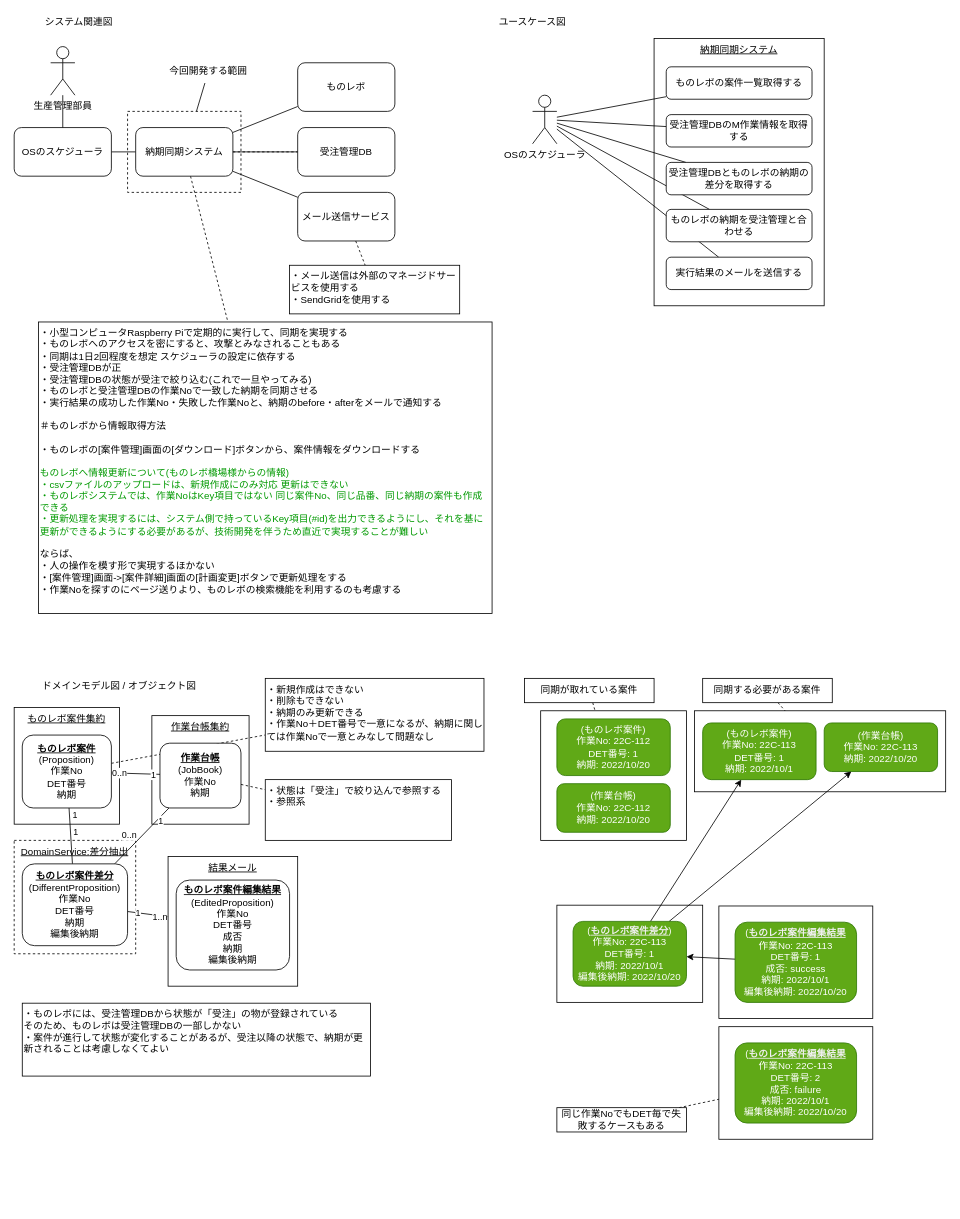
Above: Diagrams/sudoDiagram.drawio in Matazoro-Kemtari/SynchronizeMonorevoDeliveryDates (draw.io), before the change. Source tidied: cells renumbered, new cells numbered last; positions are measured from the earlier drawing's top-left corner, leaving out a move shared by most shapes. Both pictures are drawn from the tidied source at 81%, with x=0, y=0 at pixel (14, 14).
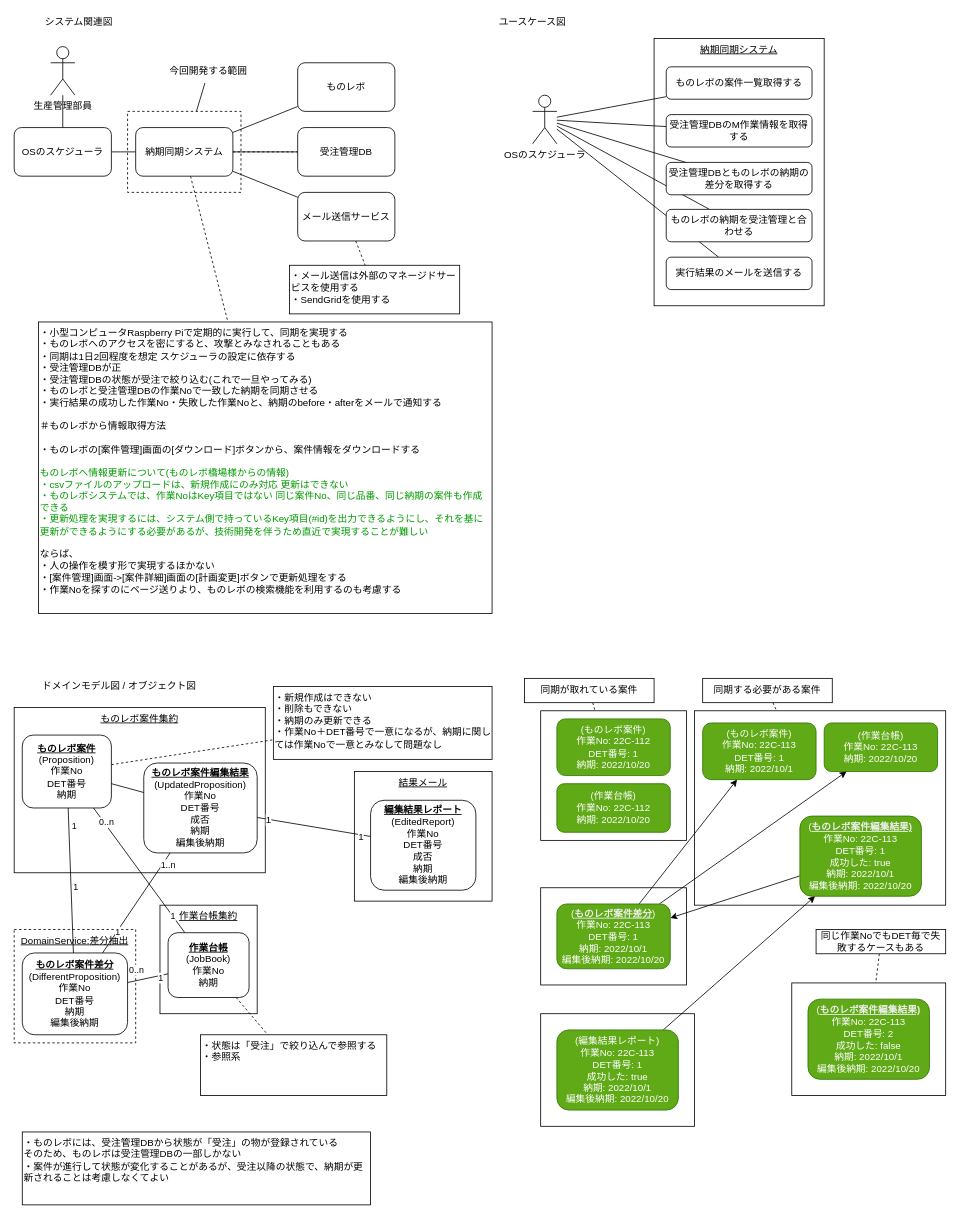
The same diagram, later.

Unchanged cells that the change refers to:
```xml
<mxCell id="46" value="&lt;u&gt;&lt;b&gt;ものレボ案件&lt;br&gt;&lt;/b&gt;&lt;/u&gt;(Proposition)&lt;br&gt;作業No&lt;br&gt;DET番号&lt;br&gt;納期" style="rounded=1;whiteSpace=wrap;html=1;verticalAlign=middle;align=center;" parent="1" vertex="1">
  <mxGeometry x="10" y="890" width="110" height="90" as="geometry" />
</mxCell>
<mxCell id="61" style="edgeStyle=none;html=1;endArrow=none;endFill=0;" parent="1" edge="1" source="67" target="69">
  <mxGeometry relative="1" as="geometry" />
</mxCell>
```

Change to the diagram source:
```diff
@@
+    <mxCell id="81" style="rounded=0;whiteSpace=wrap;html=1;fontColor=#009900;" parent="1" vertex="1">
+      <mxGeometry x="650" y="1234" width="190" height="139" as="geometry" />
+    </mxCell>
     <mxCell id="2" value="&lt;u&gt;DomainService:&lt;/u&gt;&lt;u&gt;差分抽出&lt;br&gt;&lt;/u&gt;" style="rounded=0;whiteSpace=wrap;html=1;verticalAlign=top;dashed=1;" parent="1" vertex="1">
-      <mxGeometry y="1020" width="150" height="140" as="geometry" />
+      <mxGeometry y="1130" width="150" height="140" as="geometry" />
     </mxCell>
     <mxCell id="3" value="&lt;u&gt;作業台帳集約&lt;/u&gt;" style="rounded=0;whiteSpace=wrap;html=1;verticalAlign=top;" parent="1" vertex="1">
-      <mxGeometry x="170" y="866" width="120" height="134" as="geometry" />
+      <mxGeometry x="180" y="1100" width="120" height="134" as="geometry" />
     </mxCell>
     <mxCell id="4" value="&lt;u&gt;ものレボ案件集約&lt;/u&gt;" style="rounded=0;whiteSpace=wrap;html=1;verticalAlign=top;" parent="1" vertex="1">
-      <mxGeometry y="856" width="130" height="144" as="geometry" />
+      <mxGeometry y="856" width="310" height="204" as="geometry" />
     </mxCell>
@@
-    <mxCell id="40" style="edgeStyle=none;html=1;dashed=1;fontColor=default;endArrow=none;endFill=0;" parent="1" edge="1" source="46" target="57">
+    <mxCell id="40" style="edgeStyle=none;html=1;dashed=1;fontColor=default;endArrow=none;endFill=0;startArrow=none;" parent="1" edge="1" source="46" target="57">
       <mxGeometry relative="1" as="geometry" />
     </mxCell>
@@
     <mxCell id="48" value="&lt;u&gt;&lt;b&gt;作業台帳&lt;br&gt;&lt;/b&gt;&lt;/u&gt;(JobBook)&lt;br&gt;作業No&lt;br&gt;納期" style="rounded=1;whiteSpace=wrap;html=1;verticalAlign=middle;align=center;" parent="1" vertex="1">
-      <mxGeometry x="180" y="900" width="100" height="80" as="geometry" />
+      <mxGeometry x="190" y="1134" width="100" height="80" as="geometry" />
     </mxCell>
@@
     <mxCell id="51" style="rounded=0;whiteSpace=wrap;html=1;fontColor=#009900;" parent="1" vertex="1">
-      <mxGeometry x="840" y="860" width="310" height="100" as="geometry" />
+      <mxGeometry x="840" y="860" width="310" height="240" as="geometry" />
     </mxCell>
@@
     <mxCell id="56" value="・状態は「受注」で絞り込んで参照する&lt;br&gt;・参照系" style="rounded=0;whiteSpace=wrap;html=1;align=left;verticalAlign=top;" parent="1" vertex="1">
-      <mxGeometry x="310" y="945" width="230" height="75" as="geometry" />
+      <mxGeometry x="230" y="1260" width="230" height="75" as="geometry" />
     </mxCell>
     <mxCell id="57" value="・新規作成はできない&lt;br&gt;・削除もできない&lt;br&gt;・納期のみ更新できる&lt;br&gt;・作業No＋DET番号で一意になるが、納期に関しては作業Noで一意とみなして問題なし" style="rounded=0;whiteSpace=wrap;html=1;align=left;verticalAlign=top;" parent="1" vertex="1">
-      <mxGeometry x="310" y="820" width="270" height="90" as="geometry" />
+      <mxGeometry x="320" y="830" width="270" height="90" as="geometry" />
     </mxCell>
     <mxCell id="58" value="・ものレボには、受注管理DBから状態が「受注」の物が登録されている&lt;br&gt;そのため、ものレボは受注管理DBの一部しかない&lt;br&gt;・案件が進行して状態が変化することがあるが、受注以降の状態で、納期が更新されることは考慮しなくてよい" style="rounded=0;whiteSpace=wrap;html=1;align=left;verticalAlign=top;" parent="1" vertex="1">
-      <mxGeometry x="10" y="1221" width="430" height="90" as="geometry" />
+      <mxGeometry x="10" y="1380" width="430" height="90" as="geometry" />
     </mxCell>
@@
     <mxCell id="63" value="1..n" style="edgeLabel;html=1;align=center;verticalAlign=middle;" parent="61" vertex="1">
       <mxGeometry x="0.5" y="-1" relative="1" as="geometry">
-        <mxPoint x="-5" as="offset" />
+        <mxPoint x="17" y="-17" as="offset" />
       </mxGeometry>
     </mxCell>
@@
     <mxCell id="67" value="&lt;u&gt;&lt;b&gt;ものレボ案件差分&lt;br&gt;&lt;/b&gt;&lt;/u&gt;(DifferentProposition&lt;span&gt;)&lt;/span&gt;&lt;br&gt;作業No&lt;br&gt;DET番号&lt;br&gt;納期&lt;br&gt;編集後納期" style="rounded=1;whiteSpace=wrap;html=1;verticalAlign=middle;align=center;" parent="1" vertex="1">
-      <mxGeometry x="10" y="1049" width="130" height="101" as="geometry" />
+      <mxGeometry x="10" y="1159" width="130" height="101" as="geometry" />
     </mxCell>
     <mxCell id="68" value="&lt;u&gt;結果メール&lt;br&gt;&lt;/u&gt;" style="rounded=0;whiteSpace=wrap;html=1;verticalAlign=top;" parent="1" vertex="1">
-      <mxGeometry x="190" y="1040" width="160" height="160" as="geometry" />
+      <mxGeometry x="420" y="935" width="170" height="160" as="geometry" />
     </mxCell>
-    <mxCell id="69" value="&lt;u&gt;&lt;b&gt;ものレボ案件編集結果&lt;br&gt;&lt;/b&gt;&lt;/u&gt;(EditedProposition&lt;span&gt;)&lt;/span&gt;&lt;br&gt;作業No&lt;br&gt;DET番号&lt;br&gt;成否&lt;br&gt;納期&lt;br&gt;編集後納期" style="rounded=1;whiteSpace=wrap;html=1;verticalAlign=middle;align=center;" parent="1" vertex="1">
-      <mxGeometry x="200" y="1069" width="140" height="111" as="geometry" />
-    </mxCell>
     <mxCell id="70" style="rounded=0;whiteSpace=wrap;html=1;fontColor=#009900;" parent="1" vertex="1">
-      <mxGeometry x="670" y="1100" width="180" height="120" as="geometry" />
+      <mxGeometry x="650" y="1078.5" width="180" height="120" as="geometry" />
     </mxCell>
@@
     <mxCell id="73" value="(&lt;u style=&quot;color: rgb(240 , 240 , 240)&quot;&gt;&lt;b&gt;ものレボ案件差分&lt;/b&gt;&lt;/u&gt;)&lt;br&gt;作業No: 22C-113&lt;br&gt;DET番号: 1&lt;br&gt;納期: 2022/10/1&lt;br&gt;編集後納期: 2022/10/20" style="rounded=1;whiteSpace=wrap;html=1;verticalAlign=middle;align=center;fillColor=#60a917;strokeColor=#2D7600;fontColor=#ffffff;" parent="1" vertex="1">
-      <mxGeometry x="690" y="1120" width="140" height="80" as="geometry" />
+      <mxGeometry x="670" y="1098.5" width="140" height="80" as="geometry" />
     </mxCell>
-    <mxCell id="74" style="rounded=0;whiteSpace=wrap;html=1;fontColor=#009900;" parent="1" vertex="1">
-      <mxGeometry x="870" y="1101" width="190" height="139" as="geometry" />
-    </mxCell>
@@
-    <mxCell id="76" value="(&lt;u style=&quot;color: rgb(240 , 240 , 240)&quot;&gt;&lt;b&gt;ものレボ案件編集結果&lt;/b&gt;&lt;/u&gt;&lt;br&gt;作業No: 22C-113&lt;br&gt;DET番号: 1&lt;br&gt;成否:&amp;nbsp;&lt;span&gt;success&lt;/span&gt;&lt;span&gt;&lt;br&gt;&lt;/span&gt;納期: 2022/10/1&lt;br&gt;編集後納期: 2022/10/20" style="rounded=1;whiteSpace=wrap;html=1;verticalAlign=middle;align=center;fillColor=#60a917;strokeColor=#2D7600;fontColor=#ffffff;" parent="1" vertex="1">
-      <mxGeometry x="890" y="1121" width="150" height="99" as="geometry" />
+    <mxCell id="76" value="(&lt;u style=&quot;color: rgb(240 , 240 , 240)&quot;&gt;&lt;b&gt;ものレボ案件編集結果)&lt;/b&gt;&lt;/u&gt;&lt;br&gt;作業No: 22C-113&lt;br&gt;DET番号: 1&lt;br&gt;成功した:&amp;nbsp;&lt;span&gt;true&lt;/span&gt;&lt;span&gt;&lt;br&gt;&lt;/span&gt;納期: 2022/10/1&lt;br&gt;編集後納期: 2022/10/20" style="rounded=1;whiteSpace=wrap;html=1;verticalAlign=middle;align=center;fillColor=#60a917;strokeColor=#2D7600;fontColor=#ffffff;" parent="1" vertex="1">
+      <mxGeometry x="970" y="990" width="150" height="99" as="geometry" />
     </mxCell>
     <mxCell id="77" style="rounded=0;whiteSpace=wrap;html=1;fontColor=#009900;" parent="1" vertex="1">
-      <mxGeometry x="870" y="1250" width="190" height="139" as="geometry" />
+      <mxGeometry x="960" y="1196" width="190" height="139" as="geometry" />
     </mxCell>
-    <mxCell id="78" value="(&lt;u style=&quot;color: rgb(240 , 240 , 240)&quot;&gt;&lt;b&gt;ものレボ案件編集結果&lt;/b&gt;&lt;/u&gt;&lt;br&gt;作業No: 22C-113&lt;br&gt;DET番号: 2&lt;br&gt;成否:&amp;nbsp;&lt;span&gt;failure&lt;/span&gt;&lt;span&gt;&lt;br&gt;&lt;/span&gt;納期: 2022/10/1&lt;br&gt;編集後納期: 2022/10/20" style="rounded=1;whiteSpace=wrap;html=1;verticalAlign=middle;align=center;fillColor=#60a917;strokeColor=#2D7600;fontColor=#ffffff;" parent="1" vertex="1">
-      <mxGeometry x="890" y="1270" width="150" height="99" as="geometry" />
+    <mxCell id="78" value="(&lt;u style=&quot;color: rgb(240 , 240 , 240)&quot;&gt;&lt;b&gt;ものレボ案件編集結果)&lt;/b&gt;&lt;/u&gt;&lt;br&gt;作業No: 22C-113&lt;br&gt;DET番号: 2&lt;br&gt;成功した:&amp;nbsp;&lt;span&gt;false&lt;/span&gt;&lt;span&gt;&lt;br&gt;&lt;/span&gt;納期: 2022/10/1&lt;br&gt;編集後納期: 2022/10/20" style="rounded=1;whiteSpace=wrap;html=1;verticalAlign=middle;align=center;fillColor=#60a917;strokeColor=#2D7600;fontColor=#ffffff;" parent="1" vertex="1">
+      <mxGeometry x="980" y="1216" width="150" height="99" as="geometry" />
     </mxCell>
@@
     <mxCell id="80" value="同じ作業NoでもDET毎で失敗するケースもある" style="rounded=0;whiteSpace=wrap;html=1;fontColor=default;" parent="1" vertex="1">
-      <mxGeometry x="670" y="1350" width="160" height="30" as="geometry" />
+      <mxGeometry x="990" y="1130" width="160" height="30" as="geometry" />
     </mxCell>
+    <mxCell id="82" style="edgeStyle=none;html=1;fontSize=12;endArrow=none;endFill=0;" parent="1" edge="1" source="69" target="86">
+      <mxGeometry relative="1" as="geometry" />
+    </mxCell>
+    <mxCell id="83" value="1" style="edgeLabel;html=1;align=center;verticalAlign=middle;fontSize=12;" parent="82" vertex="1">
+      <mxGeometry x="-0.8" relative="1" as="geometry" />
+    </mxCell>
+    <mxCell id="84" value="1" style="edgeLabel;html=1;align=center;verticalAlign=middle;fontSize=12;" parent="82" vertex="1">
+      <mxGeometry x="0.83" y="-2" relative="1" as="geometry" />
+    </mxCell>
+    <mxCell id="69" value="&lt;u&gt;&lt;b&gt;ものレボ案件編集結果&lt;br&gt;&lt;/b&gt;&lt;/u&gt;(UpdatedProposition&lt;span&gt;)&lt;/span&gt;&lt;br&gt;作業No&lt;br&gt;DET番号&lt;br&gt;成否&lt;br&gt;納期&lt;br&gt;編集後納期" style="rounded=1;whiteSpace=wrap;html=1;verticalAlign=middle;align=center;" parent="1" vertex="1">
+      <mxGeometry x="160" y="924.5" width="140" height="111" as="geometry" />
+    </mxCell>
+    <mxCell id="85" style="edgeStyle=none;html=1;fontColor=default;endArrow=none;endFill=0;" parent="1" edge="1" source="46" target="69">
+      <mxGeometry relative="1" as="geometry" />
+    </mxCell>
+    <mxCell id="86" value="&lt;u&gt;&lt;b&gt;編集結果レポート&lt;br&gt;&lt;/b&gt;&lt;/u&gt;(EditedReport&lt;span&gt;)&lt;/span&gt;&lt;br&gt;作業No&lt;br&gt;DET番号&lt;br&gt;成否&lt;br&gt;納期&lt;br&gt;編集後納期" style="rounded=1;whiteSpace=wrap;html=1;verticalAlign=middle;align=center;" parent="1" vertex="1">
+      <mxGeometry x="440" y="970.5" width="130" height="111" as="geometry" />
+    </mxCell>
+    <mxCell id="87" style="edgeStyle=none;html=1;fontSize=12;endArrow=classic;endFill=1;" parent="1" edge="1" source="88" target="76">
+      <mxGeometry relative="1" as="geometry" />
+    </mxCell>
+    <mxCell id="88" value="(編集結果レポート)&lt;br&gt;作業No: 22C-113&lt;br&gt;DET番号: 1&lt;br&gt;成功した: true&lt;span&gt;&lt;br&gt;&lt;/span&gt;納期: 2022/10/1&lt;br&gt;編集後納期: 2022/10/20" style="rounded=1;whiteSpace=wrap;html=1;verticalAlign=middle;align=center;fillColor=#60a917;strokeColor=#2D7600;fontColor=#ffffff;" parent="1" vertex="1">
+      <mxGeometry x="670" y="1254" width="150" height="99" as="geometry" />
+    </mxCell>
```
